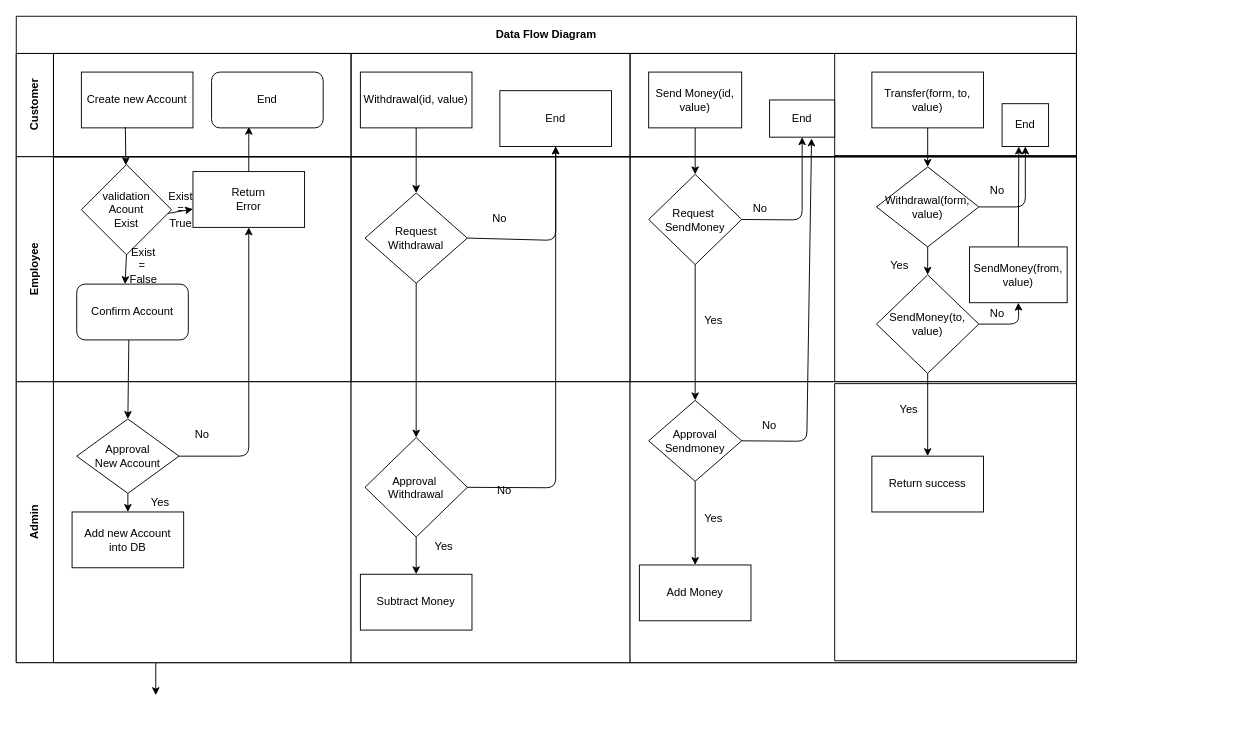
This is Bank_DFD.drawio from QuyetVV1995/Bank, a draw.io file, before an edit. Source tidied: cells renumbered, new cells numbered last; positions are measured from the earlier drawing's top-left corner, leaving out a move shared by most shapes. Both pictures are drawn from the tidied source at 93%, with x=0, y=0 at pixel (16, 16).
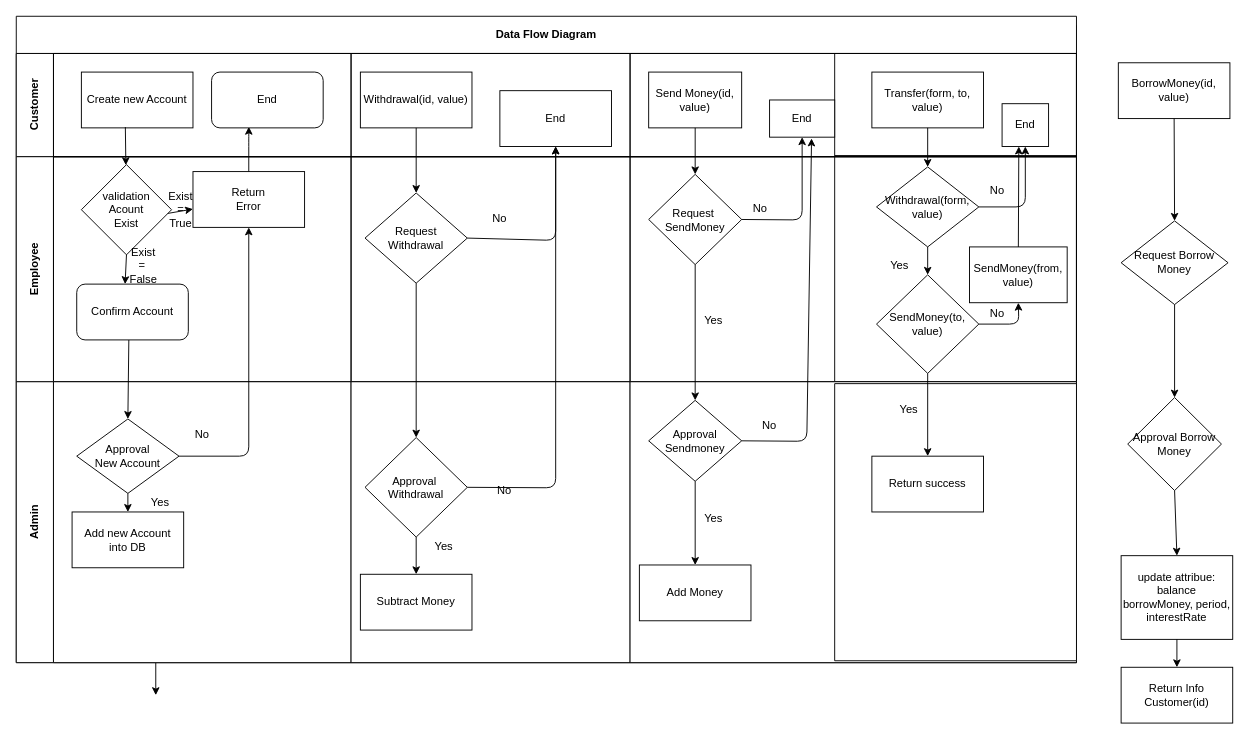
The same diagram, later.

Change to the diagram source:
```diff
@@
+    <mxCell id="82" value="BorrowMoney(id, value)" style="rounded=0;whiteSpace=wrap;html=1;" parent="1" vertex="1">
+      <mxGeometry x="1185" y="50" width="120" height="60" as="geometry" />
+    </mxCell>
+    <mxCell id="83" style="endArrow=classic;html=1;exitX=0.5;exitY=1;exitDx=0;exitDy=0;entryX=0.5;entryY=0;entryDx=0;entryDy=0;" parent="1" edge="1" source="82" target="84">
+      <mxGeometry relative="1" as="geometry" />
+    </mxCell>
+    <mxCell id="84" value="Request Borrow Money" style="rhombus;whiteSpace=wrap;html=1;" parent="1" vertex="1">
+      <mxGeometry x="1188" y="220" width="115" height="90" as="geometry" />
+    </mxCell>
+    <mxCell id="85" value="Approval Borrow Money" style="rhombus;whiteSpace=wrap;html=1;" parent="1" vertex="1">
+      <mxGeometry x="1195.1" y="410" width="100.8" height="100" as="geometry" />
+    </mxCell>
+    <mxCell id="86" style="endArrow=classic;html=1;exitX=0.5;exitY=1;exitDx=0;exitDy=0;entryX=0.5;entryY=0;entryDx=0;entryDy=0;" parent="1" edge="1" source="84" target="85">
+      <mxGeometry relative="1" as="geometry" />
+    </mxCell>
+    <mxCell id="87" style="endArrow=classic;html=1;exitX=0.5;exitY=1;exitDx=0;exitDy=0;entryX=0.5;entryY=0;entryDx=0;entryDy=0;" parent="1" edge="1" source="85" target="88">
+      <mxGeometry relative="1" as="geometry" />
+    </mxCell>
+    <mxCell id="88" value="update attribue: balance borrowMoney, period, interestRate" style="rounded=0;whiteSpace=wrap;html=1;" parent="1" vertex="1">
+      <mxGeometry x="1188" y="580" width="120" height="90" as="geometry" />
+    </mxCell>
+    <mxCell id="89" value="Return Info Customer(id)" style="rounded=0;whiteSpace=wrap;html=1;" parent="1" vertex="1">
+      <mxGeometry x="1188" y="700" width="120" height="60" as="geometry" />
+    </mxCell>
+    <mxCell id="90" style="endArrow=classic;html=1;exitX=0.5;exitY=1;exitDx=0;exitDy=0;entryX=0.5;entryY=0;entryDx=0;entryDy=0;" parent="1" edge="1" source="88" target="89">
+      <mxGeometry relative="1" as="geometry" />
+    </mxCell>
```
